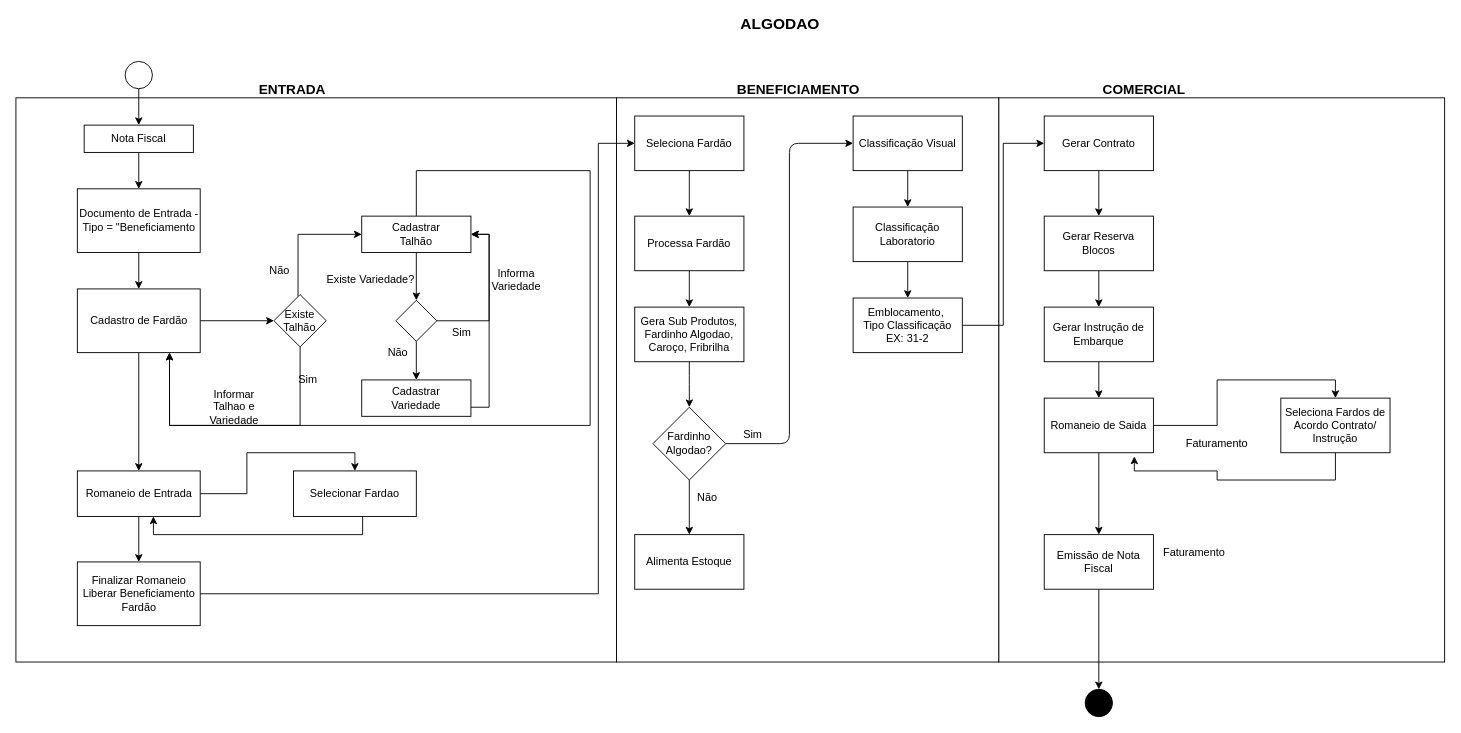
The draw.io diagram producao.drawio in oriovaldof/diagrams-producion, before the edit. Source tidied: cells renumbered, new cells numbered last; positions are measured from the earlier drawing's top-left corner, leaving out a move shared by most shapes. Both pictures are drawn from the tidied source at 91%, with x=0, y=0 at pixel (15, 15).
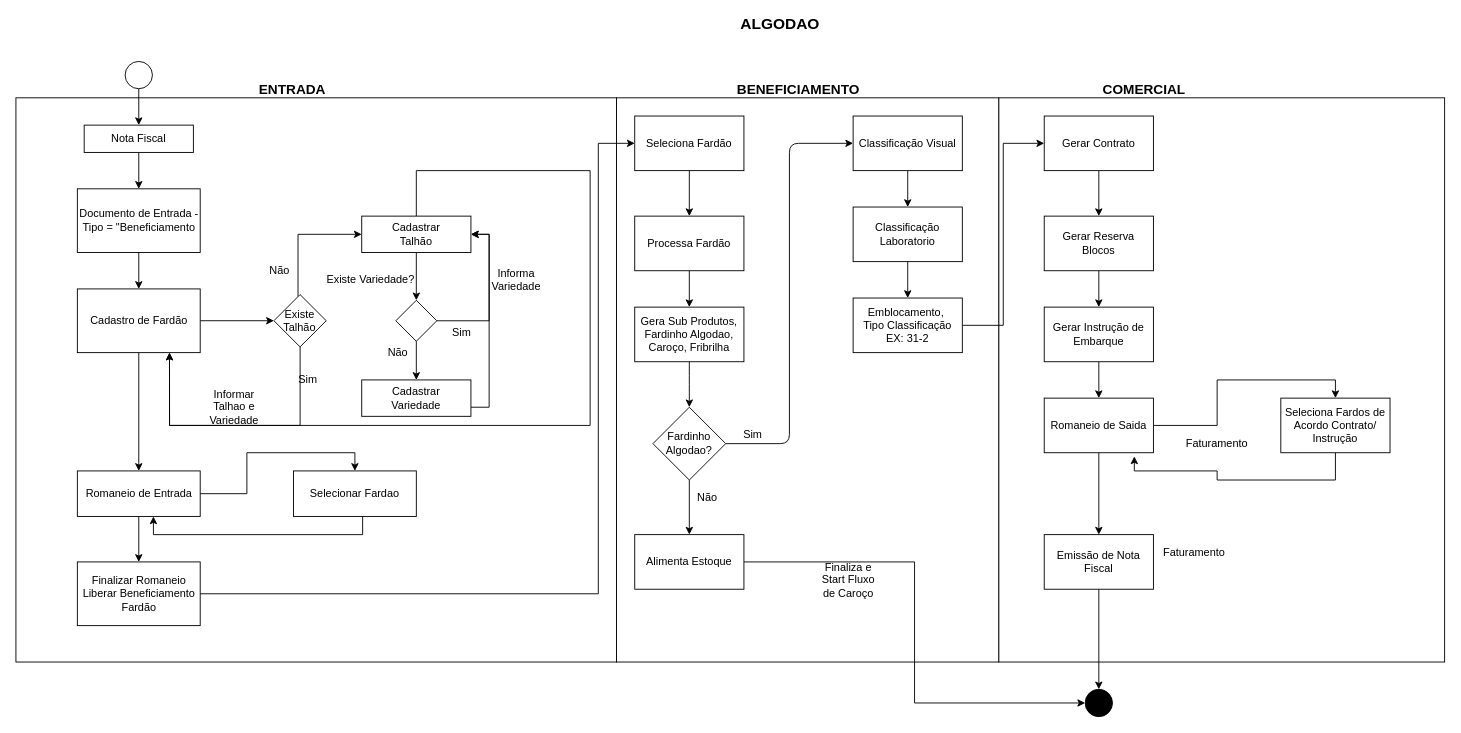
Above is the later version.

The change refers to these unchanged cells:
```xml
<mxCell id="49" value="Alimenta Estoque" style="whiteSpace=wrap;html=1;" parent="1" vertex="1">
  <mxGeometry x="680" y="570" width="120" height="60" as="geometry" />
</mxCell>
<mxCell id="75" style="ellipse;whiteSpace=wrap;html=1;fillColor=#000000;" parent="1" vertex="1">
  <mxGeometry x="1175" y="740" width="30" height="30" as="geometry" />
</mxCell>
```

Diff of the diagram source:
```diff
@@
+    <mxCell id="78" style="edgeStyle=orthogonalEdgeStyle;rounded=0;jettySize=auto;html=1;entryX=0;entryY=0.5;entryDx=0;entryDy=0;" parent="1" edge="1" source="49" target="75">
+      <mxGeometry relative="1" as="geometry" />
+    </mxCell>
@@
+    <mxCell id="79" value="Finaliza e Start Fluxo de Caroço" style="text;html=1;strokeColor=none;fillColor=none;align=center;verticalAlign=middle;whiteSpace=wrap;rounded=0;" parent="1" vertex="1">
+      <mxGeometry x="880" y="610" width="70" height="20" as="geometry" />
+    </mxCell>
```
